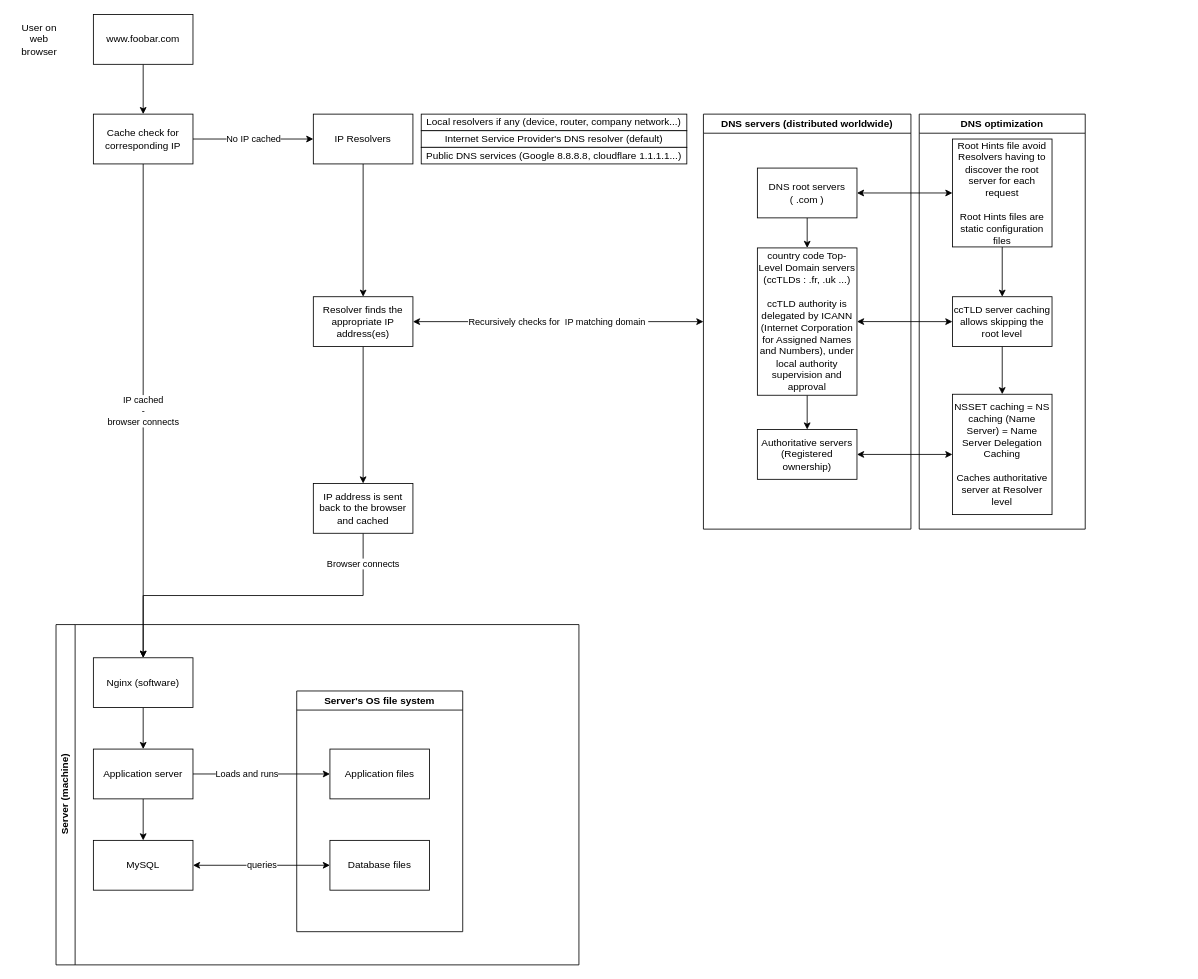
Before: web_infrastructure_design/0-simple_web_stack.drawio in jmitchell35/holbertonschool-system_engineering-devops, a draw.io diagram. Source tidied: cells renumbered, new cells numbered last; positions are measured from the earlier drawing's top-left corner, leaving out a move shared by most shapes. Both pictures are drawn from the tidied source at 83%, with x=0, y=0 at pixel (14, 14).
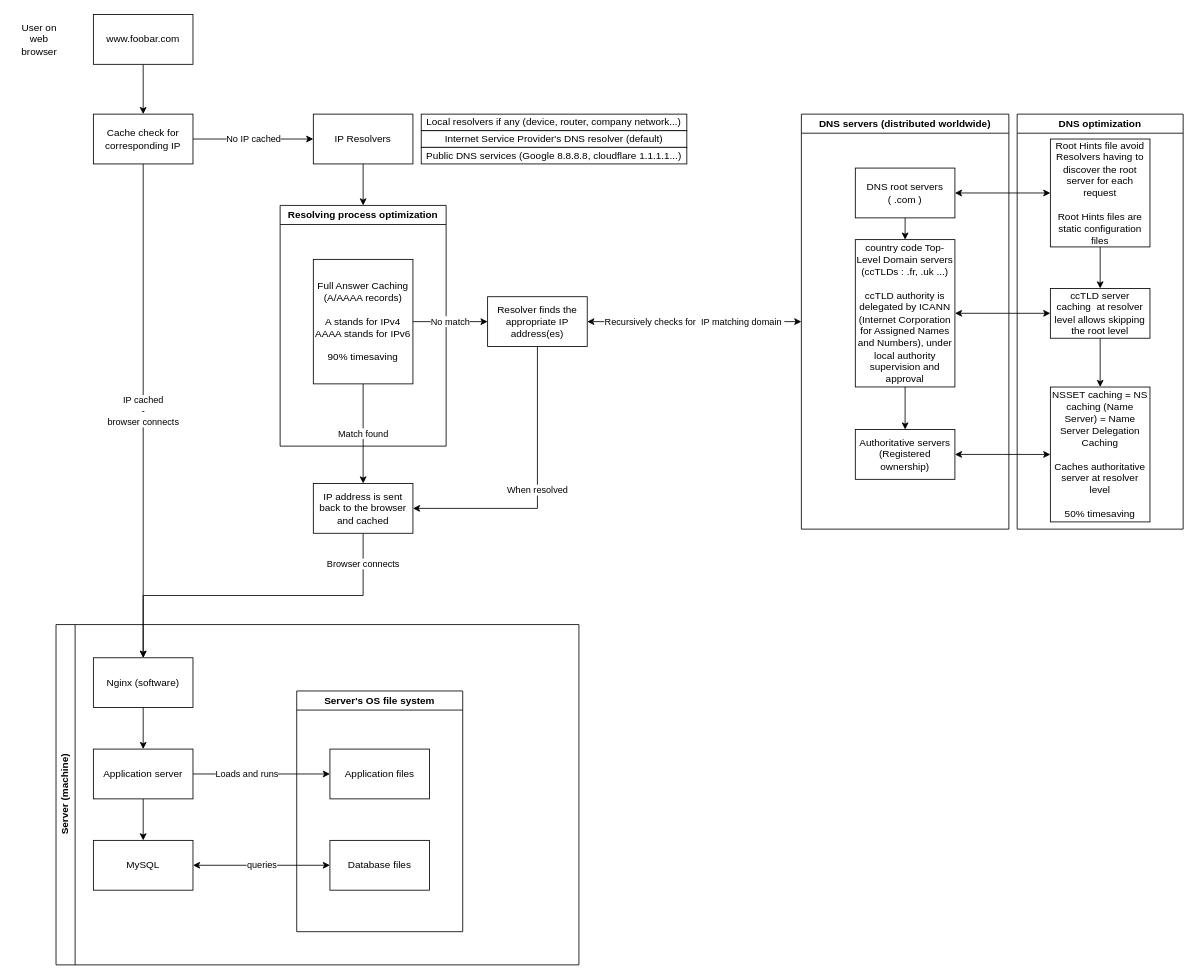
The same diagram, later.

Commit message:
Update resolving process optimization awa DNS optimization

Unchanged cells that the change refers to:
```xml
<mxCell id="9" value="IP Resolvers" style="rounded=0;whiteSpace=wrap;html=1;" parent="1" vertex="1">
  <mxGeometry x="360" y="120" width="120" height="60" as="geometry" />
</mxCell>
<mxCell id="14" value="IP address is sent back to the browser and cached" style="rounded=0;whiteSpace=wrap;html=1;" parent="1" vertex="1">
  <mxGeometry x="360" y="565" width="120" height="60" as="geometry" />
</mxCell>
```

The edit, as a diff of the source:
```diff
@@
-    <mxCell id="8" style="edgeStyle=orthogonalEdgeStyle;rounded=0;jettySize=auto;html=1;exitX=0.5;exitY=1;exitDx=0;exitDy=0;entryX=0.5;entryY=0;entryDx=0;entryDy=0;" parent="1" edge="1" source="9" target="12">
+    <mxCell id="8" style="edgeStyle=orthogonalEdgeStyle;rounded=0;jettySize=auto;html=1;exitX=0.5;exitY=1;exitDx=0;exitDy=0;entryX=0.5;entryY=0;entryDx=0;entryDy=0;" parent="1" edge="1" source="9" target="44">
       <mxGeometry relative="1" as="geometry" />
     </mxCell>
@@
+    <mxCell id="11" value="Recursively checks for&amp;nbsp; IP matching domain&amp;nbsp;" style="edgeStyle=orthogonalEdgeStyle;rounded=0;jettySize=auto;html=1;exitX=1;exitY=0.5;exitDx=0;exitDy=0;entryX=0;entryY=0.5;entryDx=0;entryDy=0;startArrow=classic;startFill=1;" parent="1" edge="1" source="12" target="29">
+      <mxGeometry relative="1" as="geometry" />
+    </mxCell>
-    <mxCell id="10" style="edgeStyle=orthogonalEdgeStyle;rounded=0;jettySize=auto;html=1;exitX=0.5;exitY=1;exitDx=0;exitDy=0;entryX=0.5;entryY=0;entryDx=0;entryDy=0;" parent="1" edge="1" source="12" target="14">
+    <mxCell id="10" value="When resolved" style="edgeStyle=orthogonalEdgeStyle;rounded=0;jettySize=auto;html=1;exitX=0.5;exitY=1;exitDx=0;exitDy=0;entryX=1;entryY=0.5;entryDx=0;entryDy=0;" parent="1" edge="1" source="12" target="14">
       <mxGeometry relative="1" as="geometry" />
     </mxCell>
-    <mxCell id="11" value="Recursively checks for&amp;nbsp; IP matching domain&amp;nbsp;" style="edgeStyle=orthogonalEdgeStyle;rounded=0;jettySize=auto;html=1;exitX=1;exitY=0.5;exitDx=0;exitDy=0;entryX=0;entryY=0.5;entryDx=0;entryDy=0;startArrow=classic;startFill=1;" parent="1" edge="1" source="12" target="29">
-      <mxGeometry relative="1" as="geometry" />
-    </mxCell>
     <mxCell id="12" value="Resolver finds the appropriate IP address(es)" style="rounded=0;whiteSpace=wrap;html=1;" parent="1" vertex="1">
-      <mxGeometry x="360" y="340" width="120" height="60" as="geometry" />
+      <mxGeometry x="570" y="340" width="120" height="60" as="geometry" />
     </mxCell>
@@
     <mxCell id="29" value="DNS servers (distributed worldwide)" style="swimlane;whiteSpace=wrap;html=1;" parent="1" vertex="1">
-      <mxGeometry x="830" y="120" width="250" height="500" as="geometry" />
+      <mxGeometry x="948" y="120" width="250" height="500" as="geometry" />
     </mxCell>
@@
     <mxCell id="33" value="country code Top-Level Domain servers (ccTLDs : .fr, .uk ...)&lt;br&gt;&lt;br&gt;ccTLD authority is delegated by ICANN (Internet Corporation for Assigned Names and Numbers), under local authority supervision and approval" style="rounded=0;whiteSpace=wrap;html=1;" parent="29" vertex="1">
-      <mxGeometry x="65" y="161.2" width="120" height="177.5" as="geometry" />
+      <mxGeometry x="65" y="151.2" width="120" height="177.5" as="geometry" />
     </mxCell>
@@
     <mxCell id="35" value="DNS optimization" style="swimlane;whiteSpace=wrap;html=1;" parent="1" vertex="1">
-      <mxGeometry x="1090" y="120" width="200" height="500" as="geometry" />
+      <mxGeometry x="1208" y="120" width="200" height="500" as="geometry" />
     </mxCell>
@@
-    <mxCell id="39" value="ccTLD server caching allows skipping the root level" style="rounded=0;whiteSpace=wrap;html=1;" parent="35" vertex="1">
-      <mxGeometry x="40" y="220" width="120" height="60" as="geometry" />
+    <mxCell id="39" value="ccTLD server caching&amp;nbsp; at resolver level allows skipping the root level" style="rounded=0;whiteSpace=wrap;html=1;" parent="35" vertex="1">
+      <mxGeometry x="40" y="210" width="120" height="60" as="geometry" />
     </mxCell>
-    <mxCell id="40" value="NSSET caching = NS caching (Name Server) = Name Server Delegation Caching&lt;br&gt;&lt;br&gt;Caches authoritative server at Resolver level" style="rounded=0;whiteSpace=wrap;html=1;" parent="35" vertex="1">
-      <mxGeometry x="40" y="337.5" width="120" height="145" as="geometry" />
+    <mxCell id="40" value="NSSET caching = NS caching (Name Server) = Name Server Delegation Caching&lt;br&gt;&lt;br&gt;Caches authoritative server at resolver level&lt;br&gt;&lt;br&gt;50% timesaving" style="rounded=0;whiteSpace=wrap;html=1;" parent="35" vertex="1">
+      <mxGeometry x="40" y="328.8" width="120" height="162.5" as="geometry" />
     </mxCell>
@@
+    <mxCell id="44" value="Resolving process optimization" style="swimlane;whiteSpace=wrap;html=1;" parent="1" vertex="1">
+      <mxGeometry x="320" y="230" width="200" height="290" as="geometry" />
+    </mxCell>
+    <mxCell id="45" value="Full Answer Caching (A/AAAA records)&lt;div&gt;&lt;br&gt;&lt;/div&gt;&lt;div&gt;A stands for IPv4&lt;/div&gt;&lt;div&gt;AAAA stands for IPv6&lt;br&gt;&lt;br&gt;90% timesaving&lt;/div&gt;" style="rounded=0;whiteSpace=wrap;html=1;" parent="44" vertex="1">
+      <mxGeometry x="40" y="65" width="120" height="150" as="geometry" />
+    </mxCell>
+    <mxCell id="46" value="Match found" style="edgeStyle=orthogonalEdgeStyle;rounded=0;jettySize=auto;html=1;exitX=0.5;exitY=1;exitDx=0;exitDy=0;entryX=0.5;entryY=0;entryDx=0;entryDy=0;" parent="1" edge="1" source="45" target="14">
+      <mxGeometry relative="1" as="geometry" />
+    </mxCell>
+    <mxCell id="47" value="No match" style="edgeStyle=orthogonalEdgeStyle;rounded=0;jettySize=auto;html=1;exitX=1;exitY=0.5;exitDx=0;exitDy=0;entryX=0;entryY=0.5;entryDx=0;entryDy=0;" parent="1" edge="1" source="45" target="12">
+      <mxGeometry relative="1" as="geometry" />
+    </mxCell>
```
